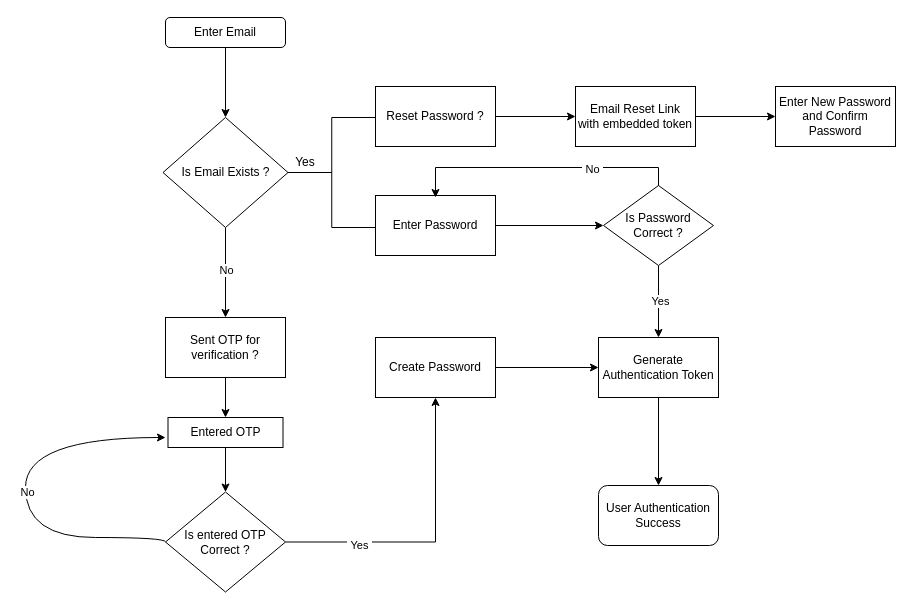
Tima99/projects-diagram keeps this draw.io diagram as Untitled Diagram.drawio. Above is the earlier version. Source tidied: cells renumbered, new cells numbered last; positions are measured from the earlier drawing's top-left corner, leaving out a move shared by most shapes. Both pictures are drawn from the tidied source at 100%, with x=0, y=0 at pixel (25, 17).
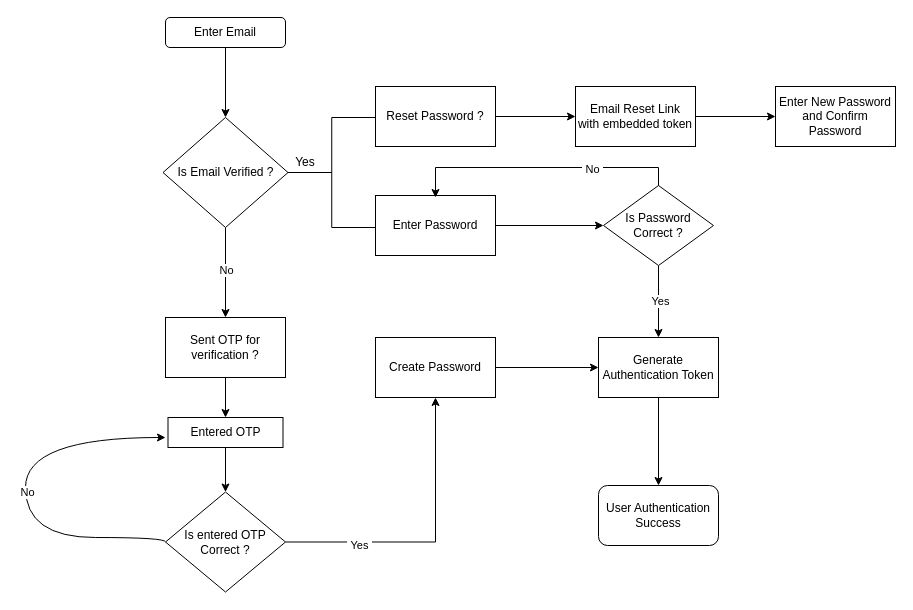
The same page after the edit.

What changed in the source:
```diff
@@
-    <mxCell id="6" value="Is Email Exists ?" style="rhombus;whiteSpace=wrap;html=1;" parent="1" vertex="1">
+    <mxCell id="6" value="Is Email Verified ?" style="rhombus;whiteSpace=wrap;html=1;" parent="1" vertex="1">
       <mxGeometry x="137.5" y="100" width="125" height="110" as="geometry" />
     </mxCell>
```
